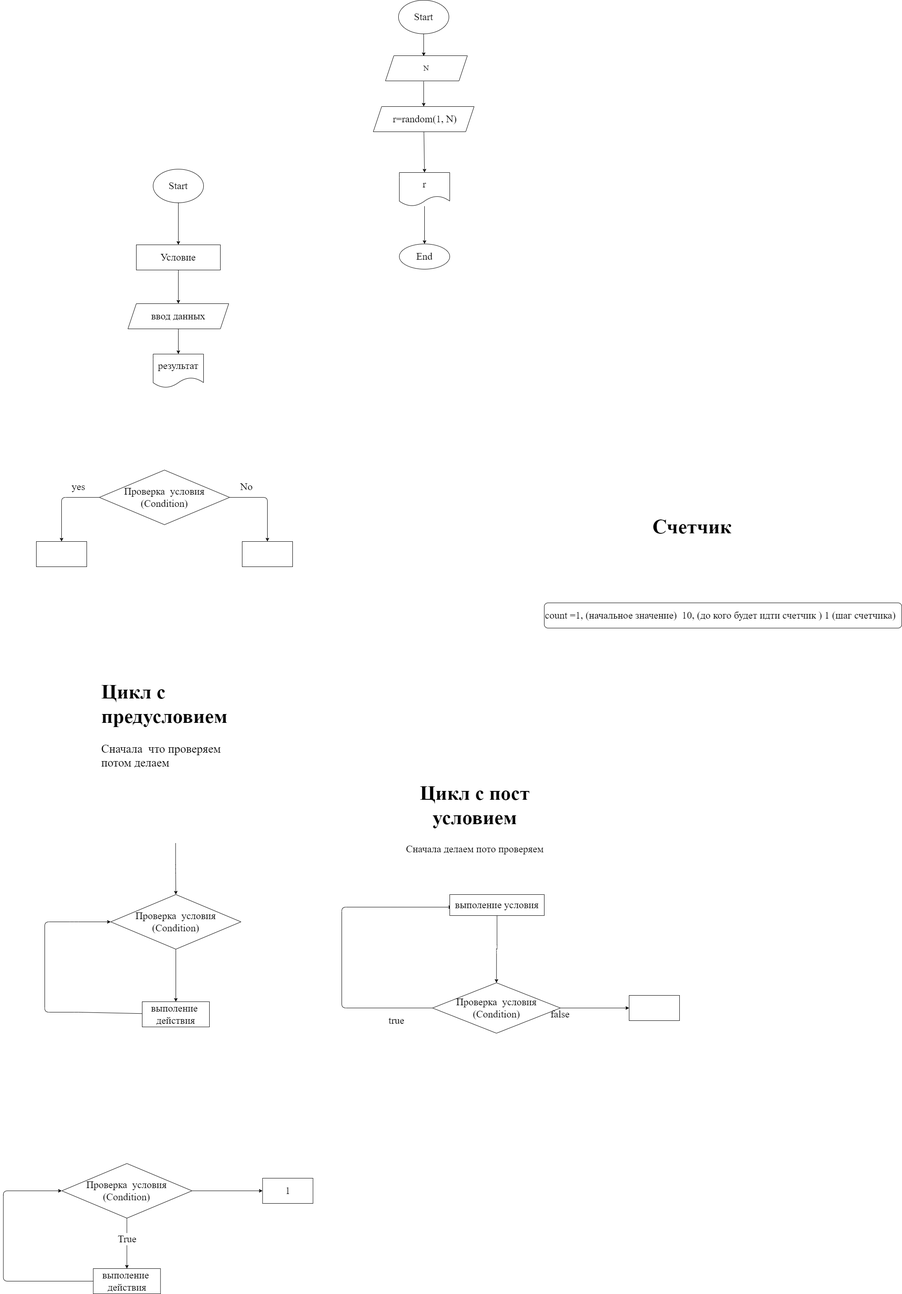
The draw.io diagram ex000.drawio.png in Fokin1991/practic, before a commit. Source tidied: cells renumbered, new cells last; positions are measured from the earlier drawing's top-left corner, leaving out a move shared by most shapes.
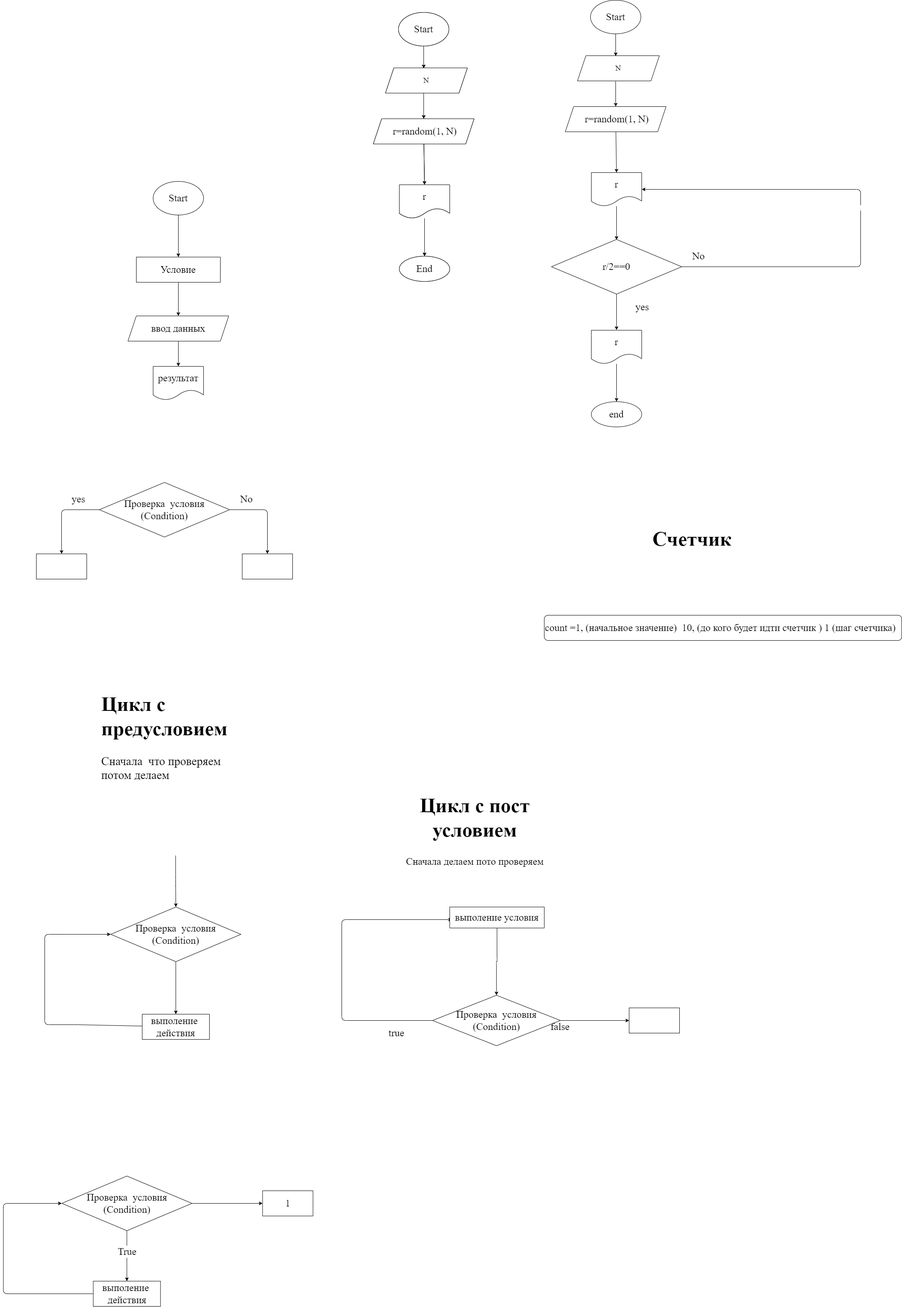
The same file after the commit.

What changed in the source:
```diff
@@ -182,5 +182,97 @@
     <mxCell id="49" value="End" style="ellipse;whiteSpace=wrap;html=1;fontSize=24;fontFamily=Times New Roman;" parent="1" vertex="1">
       <mxGeometry x="942" y="580" width="120" height="60" as="geometry" />
     </mxCell>
+    <mxCell id="50" style="edgeStyle=none;html=1;entryX=0.5;entryY=0;entryDx=0;entryDy=0;" parent="1" edge="1" source="51">
+      <mxGeometry relative="1" as="geometry">
+        <mxPoint x="1457" y="104" as="targetPoint" />
+      </mxGeometry>
+    </mxCell>
+    <mxCell id="51" value="&lt;font face=&quot;Times New Roman&quot; style=&quot;font-size: 24px&quot;&gt;Start&lt;/font&gt;" style="ellipse;whiteSpace=wrap;html=1;" parent="1" vertex="1">
+      <mxGeometry x="1397" y="-29" width="120" height="80" as="geometry" />
+    </mxCell>
+    <mxCell id="52" style="edgeStyle=none;html=1;entryX=0.5;entryY=0;entryDx=0;entryDy=0;fontFamily=Times New Roman;fontSize=24;" parent="1" edge="1" source="53" target="55">
+      <mxGeometry relative="1" as="geometry" />
+    </mxCell>
+    <mxCell id="53" value="&amp;nbsp;r=random(1, N)" style="shape=parallelogram;perimeter=parallelogramPerimeter;whiteSpace=wrap;html=1;fixedSize=1;fontSize=24;fontFamily=Times New Roman;rounded=0;" parent="1" vertex="1">
+      <mxGeometry x="1337" y="224" width="240" height="60" as="geometry" />
+    </mxCell>
+    <mxCell id="54" style="edgeStyle=none;html=1;" parent="1" edge="1" source="55">
+      <mxGeometry relative="1" as="geometry">
+        <mxPoint x="1459" y="541" as="targetPoint" />
+      </mxGeometry>
+    </mxCell>
+    <mxCell id="55" value="r" style="shape=document;whiteSpace=wrap;html=1;boundedLbl=1;fontFamily=Times New Roman;fontSize=24;" parent="1" vertex="1">
+      <mxGeometry x="1399" y="381" width="120" height="80" as="geometry" />
+    </mxCell>
+    <mxCell id="56" style="edgeStyle=orthogonalEdgeStyle;html=1;entryX=0.5;entryY=0;entryDx=0;entryDy=0;" parent="1" edge="1" target="53">
+      <mxGeometry relative="1" as="geometry">
+        <mxPoint x="1457" y="164" as="sourcePoint" />
+      </mxGeometry>
+    </mxCell>
+    <mxCell id="57" value="N" style="shape=parallelogram;perimeter=parallelogramPerimeter;whiteSpace=wrap;html=1;fixedSize=1;fontFamily=Times New Roman;fontSize=18;" parent="1" vertex="1">
+      <mxGeometry x="1366" y="103" width="195" height="60" as="geometry" />
+    </mxCell>
+    <mxCell id="58" style="edgeStyle=none;html=1;entryX=0.5;entryY=0;entryDx=0;entryDy=0;" parent="1" edge="1" source="59">
+      <mxGeometry relative="1" as="geometry">
+        <mxPoint x="1000" y="133" as="targetPoint" />
+      </mxGeometry>
+    </mxCell>
+    <mxCell id="59" value="&lt;font face=&quot;Times New Roman&quot; style=&quot;font-size: 24px&quot;&gt;Start&lt;/font&gt;" style="ellipse;whiteSpace=wrap;html=1;" parent="1" vertex="1">
+      <mxGeometry x="940" width="120" height="80" as="geometry" />
+    </mxCell>
+    <mxCell id="60" style="edgeStyle=none;html=1;entryX=0.5;entryY=0;entryDx=0;entryDy=0;fontFamily=Times New Roman;fontSize=24;" parent="1" edge="1" source="61" target="63">
+      <mxGeometry relative="1" as="geometry" />
+    </mxCell>
+    <mxCell id="61" value="&amp;nbsp;r=random(1, N)" style="shape=parallelogram;perimeter=parallelogramPerimeter;whiteSpace=wrap;html=1;fixedSize=1;fontSize=24;fontFamily=Times New Roman;rounded=0;" parent="1" vertex="1">
+      <mxGeometry x="880" y="253" width="240" height="60" as="geometry" />
+    </mxCell>
+    <mxCell id="62" style="edgeStyle=orthogonalEdgeStyle;html=1;fontFamily=Times New Roman;fontSize=18;" parent="1" edge="1" source="63" target="66">
+      <mxGeometry relative="1" as="geometry" />
+    </mxCell>
+    <mxCell id="63" value="r" style="shape=document;whiteSpace=wrap;html=1;boundedLbl=1;fontFamily=Times New Roman;fontSize=24;" parent="1" vertex="1">
+      <mxGeometry x="942" y="410" width="120" height="80" as="geometry" />
+    </mxCell>
+    <mxCell id="64" style="edgeStyle=orthogonalEdgeStyle;html=1;entryX=0.5;entryY=0;entryDx=0;entryDy=0;" parent="1" edge="1" target="61">
+      <mxGeometry relative="1" as="geometry">
+        <mxPoint x="1000" y="193" as="sourcePoint" />
+      </mxGeometry>
+    </mxCell>
+    <mxCell id="65" value="N" style="shape=parallelogram;perimeter=parallelogramPerimeter;whiteSpace=wrap;html=1;fixedSize=1;fontFamily=Times New Roman;fontSize=18;" parent="1" vertex="1">
+      <mxGeometry x="909" y="132" width="195" height="60" as="geometry" />
+    </mxCell>
+    <mxCell id="66" value="End" style="ellipse;whiteSpace=wrap;html=1;fontSize=24;fontFamily=Times New Roman;" parent="1" vertex="1">
+      <mxGeometry x="942" y="580" width="120" height="60" as="geometry" />
+    </mxCell>
+    <mxCell id="67" value="." style="edgeStyle=orthogonalEdgeStyle;html=1;entryX=1;entryY=0.5;entryDx=0;entryDy=0;" parent="1" edge="1" source="69" target="55">
+      <mxGeometry relative="1" as="geometry">
+        <Array as="points">
+          <mxPoint x="2040" y="605" />
+          <mxPoint x="2040" y="421" />
+        </Array>
+      </mxGeometry>
+    </mxCell>
+    <mxCell id="68" style="edgeStyle=orthogonalEdgeStyle;html=1;" parent="1" edge="1" source="69">
+      <mxGeometry relative="1" as="geometry">
+        <mxPoint x="1459" y="755.6" as="targetPoint" />
+      </mxGeometry>
+    </mxCell>
+    <mxCell id="69" value="r/2==0" style="rhombus;whiteSpace=wrap;html=1;fontSize=24;fontFamily=Times New Roman;" parent="1" vertex="1">
+      <mxGeometry x="1304" y="540" width="310" height="130" as="geometry" />
+    </mxCell>
+    <mxCell id="70" value="No" style="text;html=1;align=center;verticalAlign=middle;strokeColor=none;fillColor=none;fontSize=24;fontFamily=Times New Roman;" parent="1" vertex="1">
+      <mxGeometry x="1629" y="565" width="50" height="30" as="geometry" />
+    </mxCell>
+    <mxCell id="71" style="edgeStyle=orthogonalEdgeStyle;html=1;fontFamily=Times New Roman;fontSize=24;" parent="1" edge="1" source="72" target="74">
+      <mxGeometry relative="1" as="geometry" />
+    </mxCell>
+    <mxCell id="72" value="&lt;font face=&quot;Times New Roman&quot; style=&quot;font-size: 24px&quot;&gt;r&lt;/font&gt;" style="shape=document;whiteSpace=wrap;html=1;boundedLbl=1;" parent="1" vertex="1">
+      <mxGeometry x="1399" y="756" width="120" height="80" as="geometry" />
+    </mxCell>
+    <mxCell id="73" value="&lt;font style=&quot;font-size: 24px&quot;&gt;yes&lt;/font&gt;" style="text;html=1;align=center;verticalAlign=middle;strokeColor=none;fillColor=none;fontSize=34;fontFamily=Times New Roman;" parent="1" vertex="1">
+      <mxGeometry x="1499" y="674" width="42" height="48" as="geometry" />
+    </mxCell>
+    <mxCell id="74" value="&lt;font face=&quot;Times New Roman&quot; style=&quot;font-size: 24px&quot;&gt;end&lt;/font&gt;" style="ellipse;whiteSpace=wrap;html=1;" parent="1" vertex="1">
+      <mxGeometry x="1399" y="926" width="120" height="60" as="geometry" />
+    </mxCell>
   </root>
 </mxGraphModel>
```
